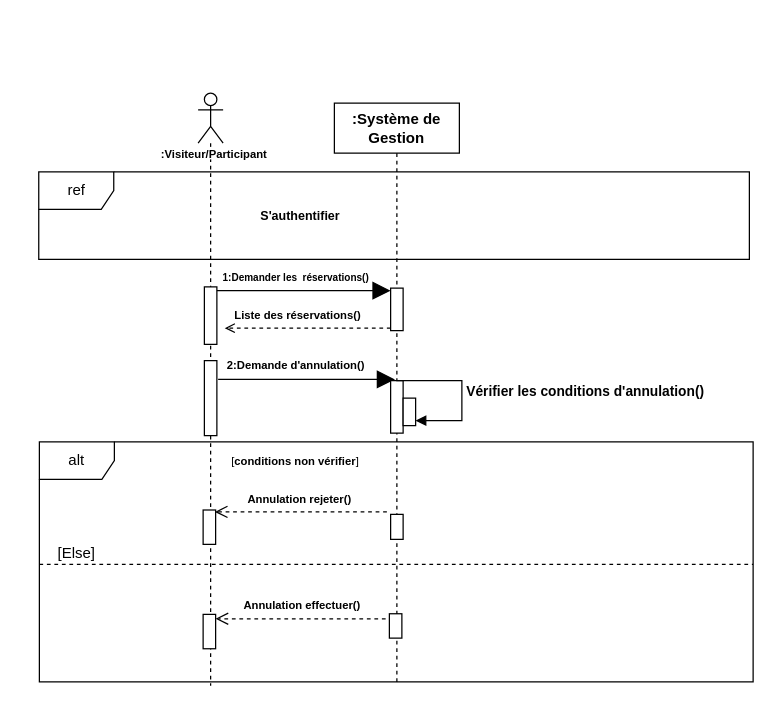
louis-fresnel99/TpGasaL1 keeps this draw.io diagram as Diagramme sequence 2.drawio. Above is the earlier version. Source tidied: cells renumbered, new cells numbered last; positions are measured from the earlier drawing's top-left corner, leaving out a move shared by most shapes. Both pictures are drawn from the tidied source at 125%, with x=0, y=0 at pixel (21, 92).
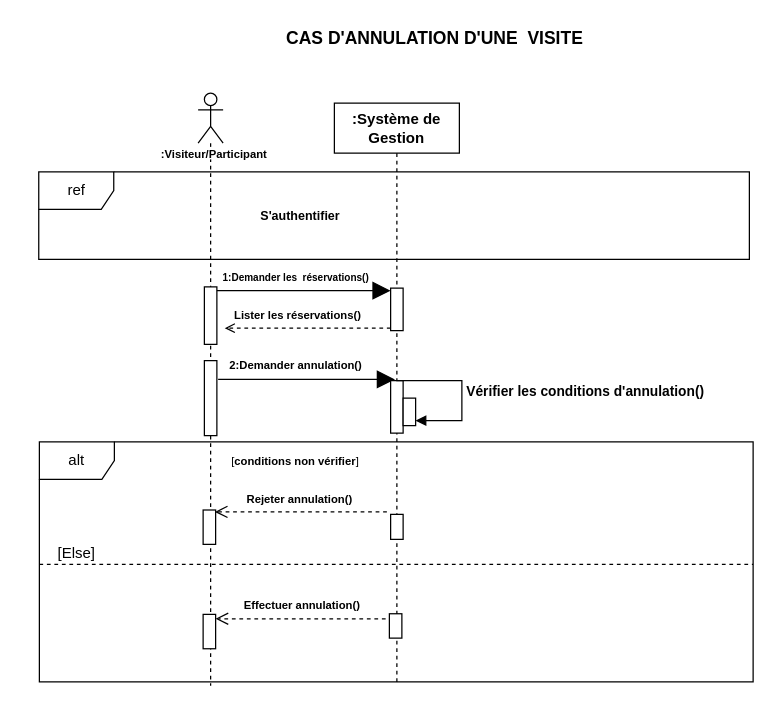
After the change.

Commit message:
Mettre à jour Diagramme sequence 2.drawio

Change to the diagram source:
```diff
@@
-    <mxCell id="10" value="&lt;font style=&quot;color: light-dark(rgb(0, 0, 0), rgb(0, 0, 0)); font-size: 9px;&quot;&gt;&lt;b style=&quot;&quot;&gt;Liste des réservations()&lt;/b&gt;&lt;/font&gt;" style="text;html=1;align=center;verticalAlign=middle;whiteSpace=wrap;rounded=0;" parent="1" vertex="1">
+    <mxCell id="10" value="&lt;font style=&quot;color: light-dark(rgb(0, 0, 0), rgb(0, 0, 0)); font-size: 9px;&quot;&gt;&lt;b style=&quot;&quot;&gt;Lister les réservations()&lt;/b&gt;&lt;/font&gt;" style="text;html=1;align=center;verticalAlign=middle;whiteSpace=wrap;rounded=0;" parent="1" vertex="1">
       <mxGeometry x="162.3" y="166" width="118" height="22" as="geometry" />
     </mxCell>
@@
-    <mxCell id="12" value="&lt;font style=&quot;color: light-dark(rgb(0, 0, 0), rgb(0, 0, 0)); font-size: 9px;&quot;&gt;&lt;b style=&quot;&quot;&gt;2:Demande d'annulation()&lt;/b&gt;&lt;/font&gt;" style="text;html=1;align=center;verticalAlign=middle;whiteSpace=wrap;rounded=0;" parent="1" vertex="1">
+    <mxCell id="12" value="&lt;font style=&quot;color: light-dark(rgb(0, 0, 0), rgb(0, 0, 0)); font-size: 9px;&quot;&gt;&lt;b style=&quot;&quot;&gt;2:Demander annulation()&lt;/b&gt;&lt;/font&gt;" style="text;html=1;align=center;verticalAlign=middle;whiteSpace=wrap;rounded=0;" parent="1" vertex="1">
       <mxGeometry x="155.3" y="208" width="129" height="18" as="geometry" />
     </mxCell>
@@
-    <mxCell id="16" value="&lt;font style=&quot;color: light-dark(rgb(0, 0, 0), rgb(0, 0, 0)); font-size: 9px;&quot;&gt;&lt;b style=&quot;&quot;&gt;Annulation rejeter()&lt;/b&gt;&lt;/font&gt;" style="text;html=1;align=center;verticalAlign=middle;whiteSpace=wrap;rounded=0;" parent="1" vertex="1">
+    <mxCell id="16" value="&lt;font style=&quot;color: light-dark(rgb(0, 0, 0), rgb(0, 0, 0)); font-size: 9px;&quot;&gt;&lt;b style=&quot;&quot;&gt;Rejeter annulation()&lt;/b&gt;&lt;/font&gt;" style="text;html=1;align=center;verticalAlign=middle;whiteSpace=wrap;rounded=0;" parent="1" vertex="1">
       <mxGeometry x="165.6" y="315" width="112.7" height="17" as="geometry" />
     </mxCell>
@@
-    <mxCell id="21" value="&lt;font style=&quot;color: light-dark(rgb(0, 0, 0), rgb(0, 0, 0)); font-size: 9px;&quot;&gt;&lt;b style=&quot;&quot;&gt;Annulation effectuer()&lt;/b&gt;&lt;/font&gt;" style="text;html=1;align=center;verticalAlign=middle;whiteSpace=wrap;rounded=0;" parent="1" vertex="1">
+    <mxCell id="21" value="&lt;font style=&quot;color: light-dark(rgb(0, 0, 0), rgb(0, 0, 0)); font-size: 9px;&quot;&gt;&lt;b style=&quot;&quot;&gt;Effectuer annulation()&lt;/b&gt;&lt;/font&gt;" style="text;html=1;align=center;verticalAlign=middle;whiteSpace=wrap;rounded=0;" parent="1" vertex="1">
       <mxGeometry x="168.3" y="400" width="112.7" height="17" as="geometry" />
     </mxCell>
@@
+    <mxCell id="32" value="&lt;font style=&quot;font-size: 14px;&quot;&gt;CAS D'ANNULATION D'UNE&amp;nbsp; VISITE&amp;nbsp;&lt;/font&gt;" style="text;align=center;fontStyle=1;verticalAlign=middle;spacingLeft=3;spacingRight=3;strokeColor=none;html=1;" parent="1" vertex="1">
+      <mxGeometry x="292" y="-57" width="80" height="26" as="geometry" />
+    </mxCell>
```
